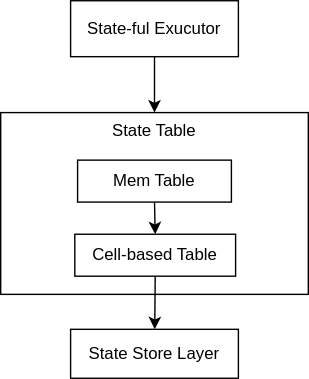
Before: docs/images/relational-table-layer/relational-table-01.svg, a diagram exported from draw.io (risingwavelabs/risingwave). Source tidied: cells renumbered, new cells last; positions are measured from the earlier drawing's top-left corner, leaving out a move shared by most shapes.
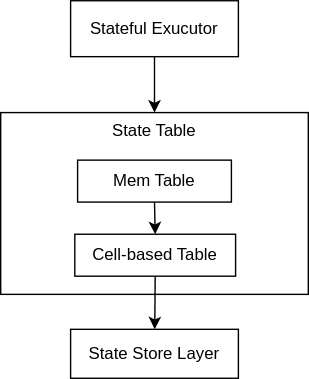
Above is the later version.

The edit, as a diff of the source:
```diff
@@ -5,7 +5,7 @@
     <mxCell id="2" style="edgeStyle=orthogonalEdgeStyle;rounded=0;jettySize=auto;html=1;exitX=0.5;exitY=1;exitDx=0;exitDy=0;" parent="1" edge="1" source="3" target="4">
       <mxGeometry relative="1" as="geometry" />
     </mxCell>
-    <mxCell id="3" value="State-ful Exucutor" style="rounded=0;whiteSpace=wrap;html=1;" parent="1" vertex="1">
+    <mxCell id="3" value="Stateful Exucutor" style="rounded=0;whiteSpace=wrap;html=1;" parent="1" vertex="1">
       <mxGeometry x="50" width="120" height="40" as="geometry" />
     </mxCell>
     <mxCell id="4" style="rounded=0;whiteSpace=wrap;html=1;" parent="1" vertex="1">
```
